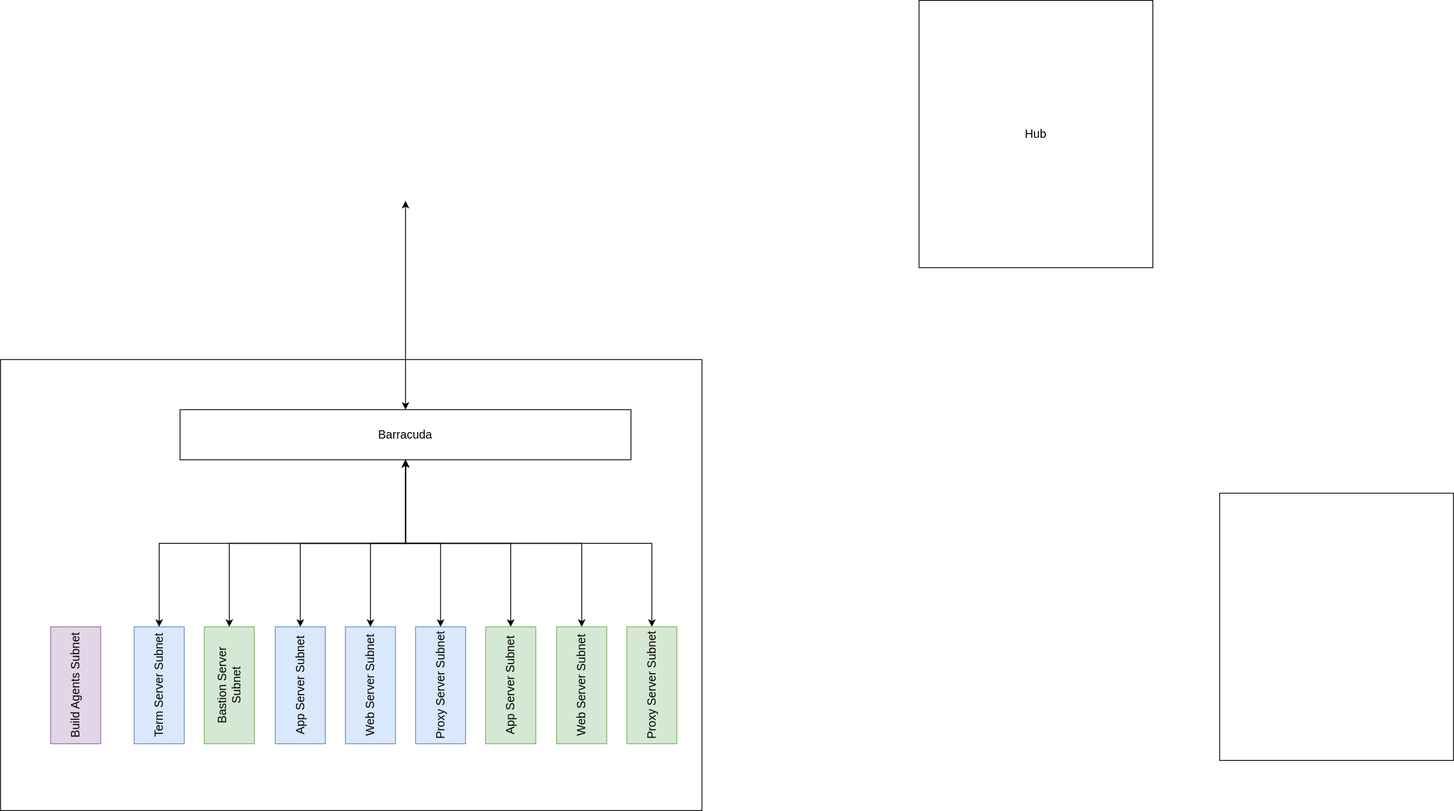
Earlier version of the draw.io export PaloAltoSwitchover.svg (vjavle/invoicecloud). Source tidied: cells renumbered, new cells last; positions are measured from the earlier drawing's top-left corner, leaving out a move shared by most shapes. Source of this version:
```xml
<mxGraphModel>
  <root>
    <mxCell id="0" />
    <mxCell id="1" parent="0" />
    <mxCell id="2" style="rounded=0;whiteSpace=wrap;html=1;fontSize=14;" parent="1" vertex="1">
      <mxGeometry y="430" width="840" height="540" as="geometry" />
    </mxCell>
    <mxCell id="3" value="Hub" style="rounded=0;whiteSpace=wrap;html=1;fontSize=14;" parent="1" vertex="1">
      <mxGeometry x="1100" width="280" height="320" as="geometry" />
    </mxCell>
    <mxCell id="4" style="rounded=0;whiteSpace=wrap;html=1;fontSize=14;" parent="1" vertex="1">
      <mxGeometry x="1460" y="590" width="280" height="320" as="geometry" />
    </mxCell>
    <mxCell id="5" style="edgeStyle=orthogonalEdgeStyle;rounded=0;jettySize=auto;html=1;fontSize=14;startArrow=classic;startFill=1;" parent="1" edge="1" source="11" target="7">
      <mxGeometry relative="1" as="geometry" />
    </mxCell>
    <mxCell id="6" style="edgeStyle=orthogonalEdgeStyle;rounded=0;jettySize=auto;html=1;fontSize=14;startArrow=classic;startFill=1;" parent="1" edge="1" source="7">
      <mxGeometry relative="1" as="geometry">
        <mxPoint x="485" y="240" as="targetPoint" />
      </mxGeometry>
    </mxCell>
    <mxCell id="7" value="Barracuda" style="rounded=0;whiteSpace=wrap;html=1;fontSize=14;" parent="1" vertex="1">
      <mxGeometry x="215" y="490" width="540" height="60" as="geometry" />
    </mxCell>
    <mxCell id="8" value="Build Agents Subnet" style="rounded=0;whiteSpace=wrap;html=1;horizontal=0;fontSize=14;fillColor=#e1d5e7;strokeColor=#9673a6;" parent="1" vertex="1">
      <mxGeometry x="60" y="750" width="60" height="140" as="geometry" />
    </mxCell>
    <mxCell id="9" style="edgeStyle=orthogonalEdgeStyle;rounded=0;jettySize=auto;html=1;entryX=0.5;entryY=1;entryDx=0;entryDy=0;fontSize=14;startArrow=classic;startFill=1;" parent="1" edge="1" source="16" target="7">
      <mxGeometry relative="1" as="geometry" />
    </mxCell>
    <mxCell id="10" style="edgeStyle=orthogonalEdgeStyle;rounded=0;jettySize=auto;html=1;fontSize=14;startArrow=classic;startFill=1;" parent="1" edge="1" source="17" target="7">
      <mxGeometry relative="1" as="geometry" />
    </mxCell>
    <mxCell id="11" value="App Server Subnet" style="rounded=0;whiteSpace=wrap;html=1;horizontal=0;fontSize=14;fillColor=#dae8fc;strokeColor=#6c8ebf;" parent="1" vertex="1">
      <mxGeometry x="329" y="750" width="60" height="140" as="geometry" />
    </mxCell>
    <mxCell id="12" style="edgeStyle=orthogonalEdgeStyle;rounded=0;jettySize=auto;html=1;entryX=0.5;entryY=1;entryDx=0;entryDy=0;fontSize=14;startArrow=classic;startFill=1;" parent="1" edge="1" source="13" target="7">
      <mxGeometry relative="1" as="geometry" />
    </mxCell>
    <mxCell id="13" value="Web Server Subnet" style="rounded=0;whiteSpace=wrap;html=1;horizontal=0;fontSize=14;fillColor=#dae8fc;strokeColor=#6c8ebf;" parent="1" vertex="1">
      <mxGeometry x="413" y="750" width="60" height="140" as="geometry" />
    </mxCell>
    <mxCell id="14" style="edgeStyle=orthogonalEdgeStyle;rounded=0;jettySize=auto;html=1;entryX=0.5;entryY=1;entryDx=0;entryDy=0;fontSize=14;startArrow=classic;startFill=1;" parent="1" edge="1" source="15" target="7">
      <mxGeometry relative="1" as="geometry" />
    </mxCell>
    <mxCell id="15" value="Proxy Server Subnet" style="rounded=0;whiteSpace=wrap;html=1;horizontal=0;fontSize=14;fillColor=#dae8fc;strokeColor=#6c8ebf;" parent="1" vertex="1">
      <mxGeometry x="497" y="750" width="60" height="140" as="geometry" />
    </mxCell>
    <mxCell id="16" value="Term Server Subnet" style="rounded=0;whiteSpace=wrap;html=1;horizontal=0;fontSize=14;fillColor=#dae8fc;strokeColor=#6c8ebf;" parent="1" vertex="1">
      <mxGeometry x="160" y="750" width="60" height="140" as="geometry" />
    </mxCell>
    <mxCell id="17" value="Bastion Server Subnet" style="rounded=0;whiteSpace=wrap;html=1;horizontal=0;fontSize=14;fillColor=#d5e8d4;strokeColor=#82b366;" parent="1" vertex="1">
      <mxGeometry x="244" y="750" width="60" height="140" as="geometry" />
    </mxCell>
    <mxCell id="18" style="edgeStyle=orthogonalEdgeStyle;rounded=0;jettySize=auto;html=1;fontSize=14;startArrow=classic;startFill=1;" parent="1" edge="1" source="19" target="7">
      <mxGeometry relative="1" as="geometry" />
    </mxCell>
    <mxCell id="19" value="App Server Subnet" style="rounded=0;whiteSpace=wrap;html=1;horizontal=0;fontSize=14;fillColor=#d5e8d4;strokeColor=#82b366;" parent="1" vertex="1">
      <mxGeometry x="581" y="750" width="60" height="140" as="geometry" />
    </mxCell>
    <mxCell id="20" style="edgeStyle=orthogonalEdgeStyle;rounded=0;jettySize=auto;html=1;entryX=0.5;entryY=1;entryDx=0;entryDy=0;fontSize=14;startArrow=classic;startFill=1;" parent="1" edge="1" source="21" target="7">
      <mxGeometry relative="1" as="geometry" />
    </mxCell>
    <mxCell id="21" value="Web Server Subnet" style="rounded=0;whiteSpace=wrap;html=1;horizontal=0;fontSize=14;fillColor=#d5e8d4;strokeColor=#82b366;" parent="1" vertex="1">
      <mxGeometry x="666" y="750" width="60" height="140" as="geometry" />
    </mxCell>
    <mxCell id="22" style="edgeStyle=orthogonalEdgeStyle;rounded=0;jettySize=auto;html=1;entryX=0.5;entryY=1;entryDx=0;entryDy=0;fontSize=14;startArrow=classic;startFill=1;" parent="1" edge="1" source="23" target="7">
      <mxGeometry relative="1" as="geometry" />
    </mxCell>
    <mxCell id="23" value="Proxy Server Subnet" style="rounded=0;whiteSpace=wrap;html=1;horizontal=0;fontSize=14;fillColor=#d5e8d4;strokeColor=#82b366;" parent="1" vertex="1">
      <mxGeometry x="750" y="750" width="60" height="140" as="geometry" />
    </mxCell>
  </root>
</mxGraphModel>
```
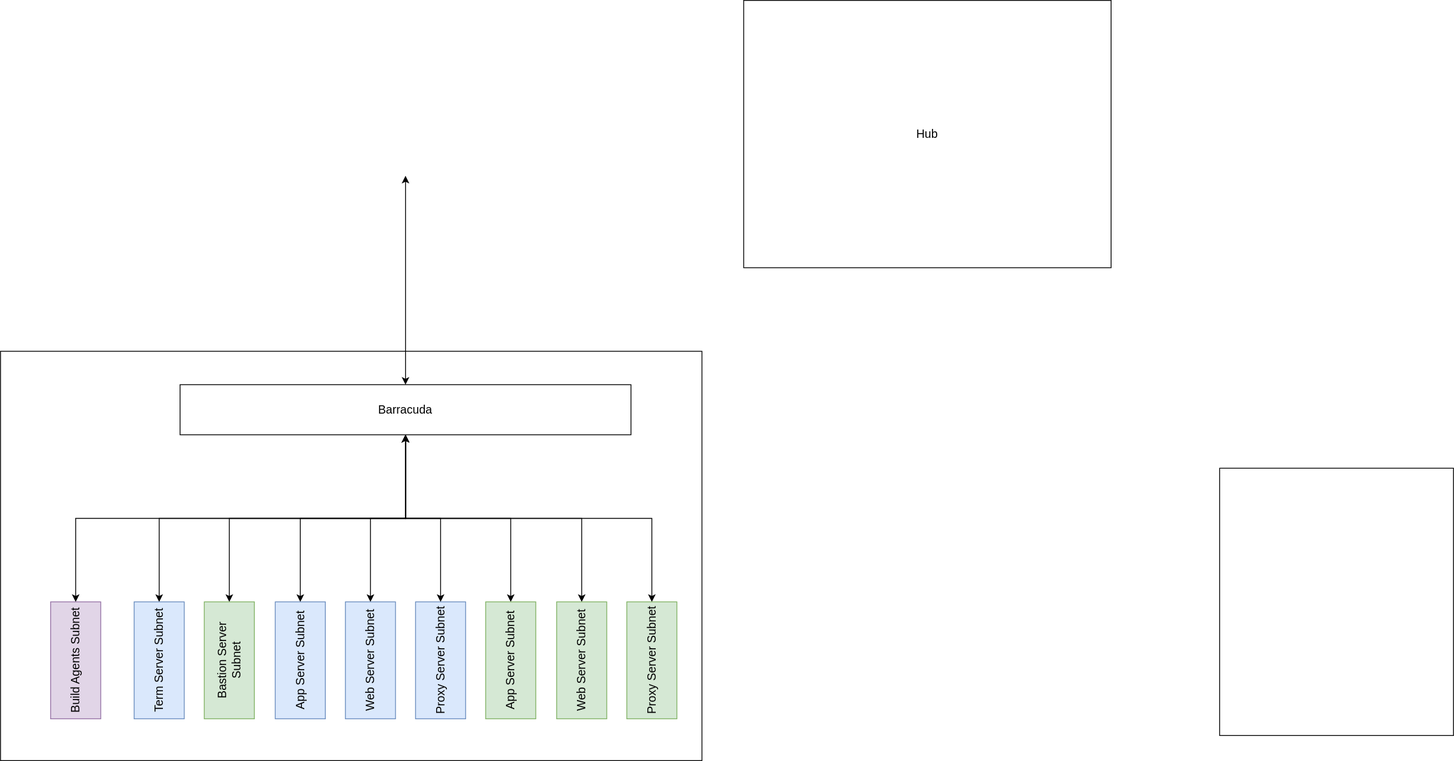
Above is the later version.

Change to the diagram source:
```diff
@@ -3,10 +3,10 @@
     <mxCell id="0" />
     <mxCell id="1" parent="0" />
     <mxCell id="2" style="rounded=0;whiteSpace=wrap;html=1;fontSize=14;" parent="1" vertex="1">
-      <mxGeometry y="430" width="840" height="540" as="geometry" />
+      <mxGeometry y="450" width="840" height="490" as="geometry" />
     </mxCell>
     <mxCell id="3" value="Hub" style="rounded=0;whiteSpace=wrap;html=1;fontSize=14;" parent="1" vertex="1">
-      <mxGeometry x="1100" width="280" height="320" as="geometry" />
+      <mxGeometry x="890" y="30" width="440" height="320" as="geometry" />
     </mxCell>
     <mxCell id="4" style="rounded=0;whiteSpace=wrap;html=1;fontSize=14;" parent="1" vertex="1">
       <mxGeometry x="1460" y="590" width="280" height="320" as="geometry" />
@@ -22,6 +22,14 @@
     <mxCell id="7" value="Barracuda" style="rounded=0;whiteSpace=wrap;html=1;fontSize=14;" parent="1" vertex="1">
       <mxGeometry x="215" y="490" width="540" height="60" as="geometry" />
     </mxCell>
+    <mxCell id="24" style="edgeStyle=orthogonalEdgeStyle;rounded=0;jettySize=auto;html=1;entryX=0.5;entryY=1;entryDx=0;entryDy=0;fontSize=14;startArrow=classic;startFill=1;" parent="1" edge="1" source="8" target="7">
+      <mxGeometry relative="1" as="geometry">
+        <Array as="points">
+          <mxPoint x="90" y="650" />
+          <mxPoint x="485" y="650" />
+        </Array>
+      </mxGeometry>
+    </mxCell>
     <mxCell id="8" value="Build Agents Subnet" style="rounded=0;whiteSpace=wrap;html=1;horizontal=0;fontSize=14;fillColor=#e1d5e7;strokeColor=#9673a6;" parent="1" vertex="1">
       <mxGeometry x="60" y="750" width="60" height="140" as="geometry" />
     </mxCell>
```
